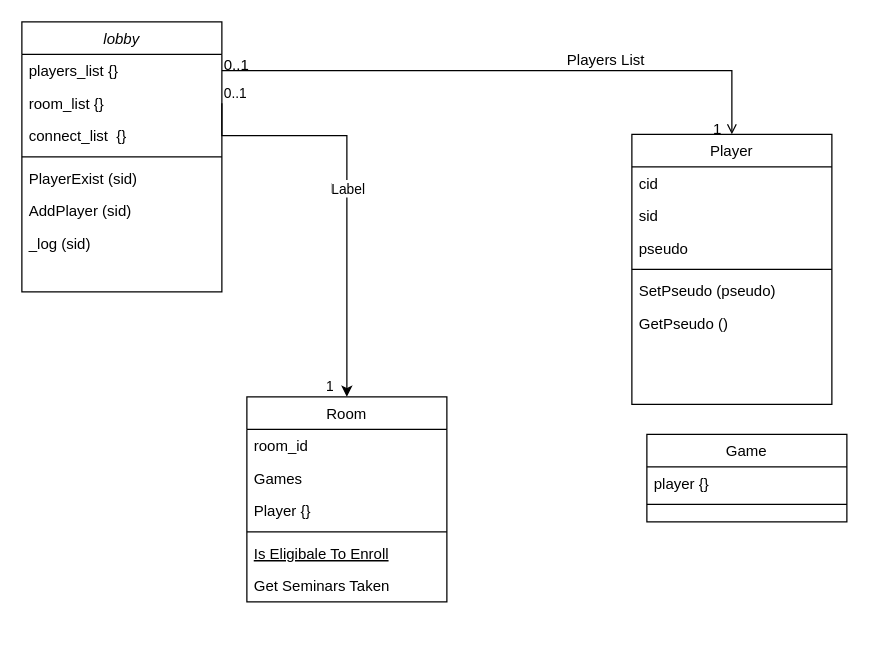
Above: Diagram Class.drawio in Davonex/Century (draw.io), before the change. Source tidied: cells renumbered, new cells numbered last; positions are measured from the earlier drawing's top-left corner, leaving out a move shared by most shapes. Both pictures are drawn from the tidied source at 125%, with x=0, y=0 at pixel (21, 21).
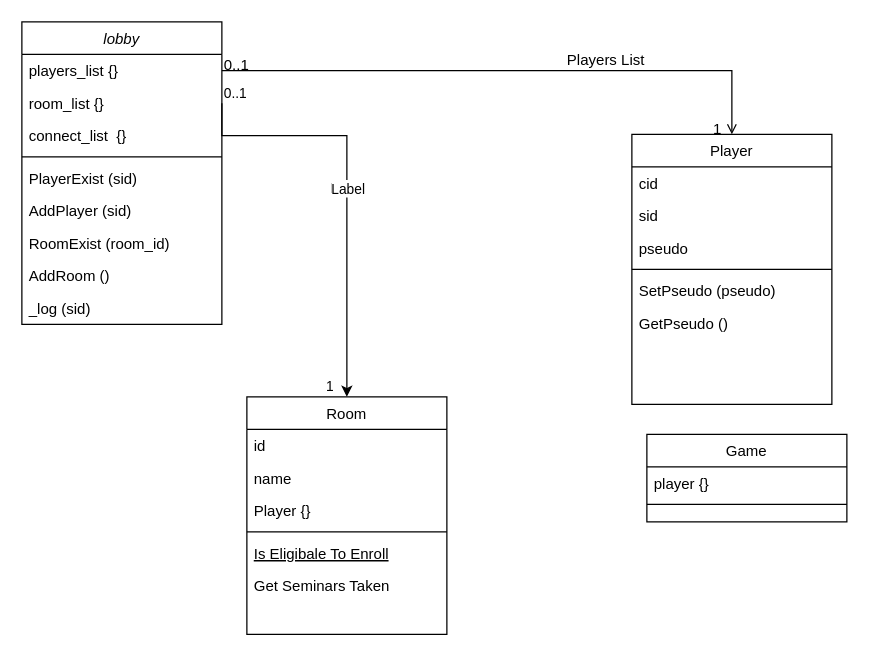
Above is the later version.

Change to the diagram source:
```diff
@@
     <mxCell id="2" value="lobby" style="swimlane;fontStyle=2;align=center;verticalAlign=top;horizontal=1;startSize=26;rounded=0;shadow=0;strokeWidth=1;" parent="1" vertex="1">
-      <mxGeometry width="160" height="216" as="geometry" />
+      <mxGeometry width="160" height="242" as="geometry" />
     </mxCell>
@@
+    <mxCell id="35" value="RoomExist (room_id)" style="text;align=left;verticalAlign=top;spacingLeft=4;spacingRight=4;overflow=hidden;" parent="2" vertex="1">
+      <mxGeometry y="164" width="160" height="26" as="geometry" />
+    </mxCell>
+    <mxCell id="36" value="AddRoom ()" style="text;align=left;verticalAlign=top;spacingLeft=4;spacingRight=4;overflow=hidden;" parent="2" vertex="1">
+      <mxGeometry y="190" width="160" height="26" as="geometry" />
+    </mxCell>
     <mxCell id="9" value="_log (sid)" style="text;align=left;verticalAlign=top;spacingLeft=4;spacingRight=4;overflow=hidden;" parent="2" vertex="1">
-      <mxGeometry y="164" width="160" height="26" as="geometry" />
+      <mxGeometry y="216" width="160" height="26" as="geometry" />
     </mxCell>
     <mxCell id="10" value="Room" style="swimlane;fontStyle=0;align=center;verticalAlign=top;horizontal=1;startSize=26;rounded=0;shadow=0;strokeWidth=1;" parent="1" vertex="1">
-      <mxGeometry x="180" y="300" width="160" height="164" as="geometry" />
+      <mxGeometry x="180" y="300" width="160" height="190" as="geometry" />
     </mxCell>
-    <mxCell id="11" value="room_id" style="text;align=left;verticalAlign=top;spacingLeft=4;spacingRight=4;overflow=hidden;" parent="10" vertex="1">
+    <mxCell id="11" value="id" style="text;align=left;verticalAlign=top;spacingLeft=4;spacingRight=4;overflow=hidden;" parent="10" vertex="1">
       <mxGeometry y="26" width="160" height="26" as="geometry" />
     </mxCell>
-    <mxCell id="12" value="Games" style="text;align=left;verticalAlign=top;spacingLeft=4;spacingRight=4;overflow=hidden;" parent="10" vertex="1">
-      <mxGeometry y="52" width="160" height="26" as="geometry" />
-    </mxCell>
+    <mxCell id="37" value="name" style="text;align=left;verticalAlign=top;spacingLeft=4;spacingRight=4;overflow=hidden;" parent="10" vertex="1">
+      <mxGeometry y="52" width="160" height="26" as="geometry" />
+    </mxCell>
```
